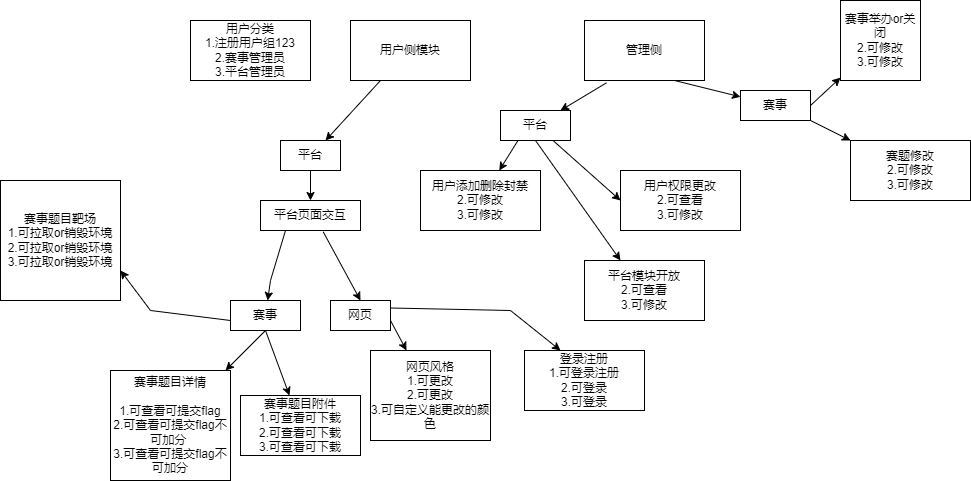
Before: drawini/draw-user.png, a diagram exported from draw.io (DWDSec/fusu). Source tidied: cells renumbered, new cells last; positions are measured from the earlier drawing's top-left corner, leaving out a move shared by most shapes.
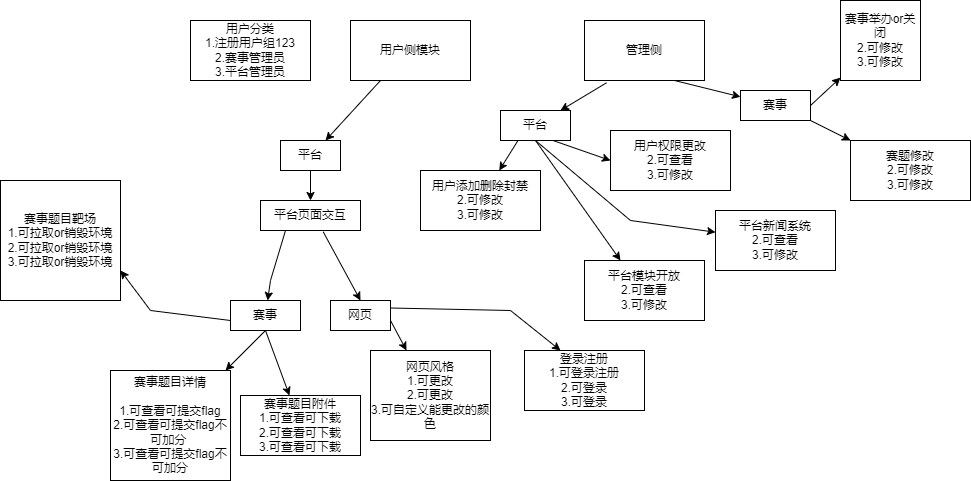
After the commit.

What changed in the source:
```diff
@@ -97,13 +97,11 @@
     <mxCell id="26" value="平台" style="rounded=0;whiteSpace=wrap;html=1;" parent="1" vertex="1">
       <mxGeometry x="500" y="110" width="70" height="30" as="geometry" />
     </mxCell>
-    <mxCell id="27" style="endArrow=classic;html=1;rounded=0;exitX=0.75;exitY=1;exitDx=0;exitDy=0;" parent="1" edge="1" source="26">
-      <mxGeometry relative="1" as="geometry">
-        <mxPoint x="620" y="200" as="targetPoint" />
-      </mxGeometry>
+    <mxCell id="27" style="endArrow=classic;html=1;rounded=0;exitX=0.75;exitY=1;exitDx=0;exitDy=0;entryX=0;entryY=0.5;entryDx=0;entryDy=0;" parent="1" edge="1" source="26" target="28">
+      <mxGeometry relative="1" as="geometry" />
     </mxCell>
     <mxCell id="28" value="用户权限更改&lt;br&gt;2.可查看&lt;br&gt;3.可修改" style="rounded=0;whiteSpace=wrap;html=1;" parent="1" vertex="1">
-      <mxGeometry x="620" y="170" width="120" height="60" as="geometry" />
+      <mxGeometry x="610" y="130" width="120" height="60" as="geometry" />
     </mxCell>
     <mxCell id="29" style="endArrow=classic;html=1;rounded=0;exitX=0.25;exitY=1;exitDx=0;exitDy=0;" parent="1" edge="1" source="26" target="30">
       <mxGeometry relative="1" as="geometry" />
@@ -131,5 +129,15 @@
     <mxCell id="36" value="平台模块开放&lt;br&gt;2.可查看&lt;br&gt;3.可修改" style="rounded=0;whiteSpace=wrap;html=1;" parent="1" vertex="1">
       <mxGeometry x="584" y="260" width="120" height="60" as="geometry" />
     </mxCell>
+    <mxCell id="37" style="endArrow=classic;html=1;rounded=0;exitX=0.5;exitY=1;exitDx=0;exitDy=0;" parent="1" edge="1" source="26" target="38">
+      <mxGeometry relative="1" as="geometry">
+        <Array as="points">
+          <mxPoint x="630" y="220" />
+        </Array>
+      </mxGeometry>
+    </mxCell>
+    <mxCell id="38" value="平台新闻系统&lt;br&gt;2.可查看&lt;br&gt;3.可修改" style="rounded=0;whiteSpace=wrap;html=1;" parent="1" vertex="1">
+      <mxGeometry x="715" y="210" width="120" height="60" as="geometry" />
+    </mxCell>
   </root>
 </mxGraphModel>
```
